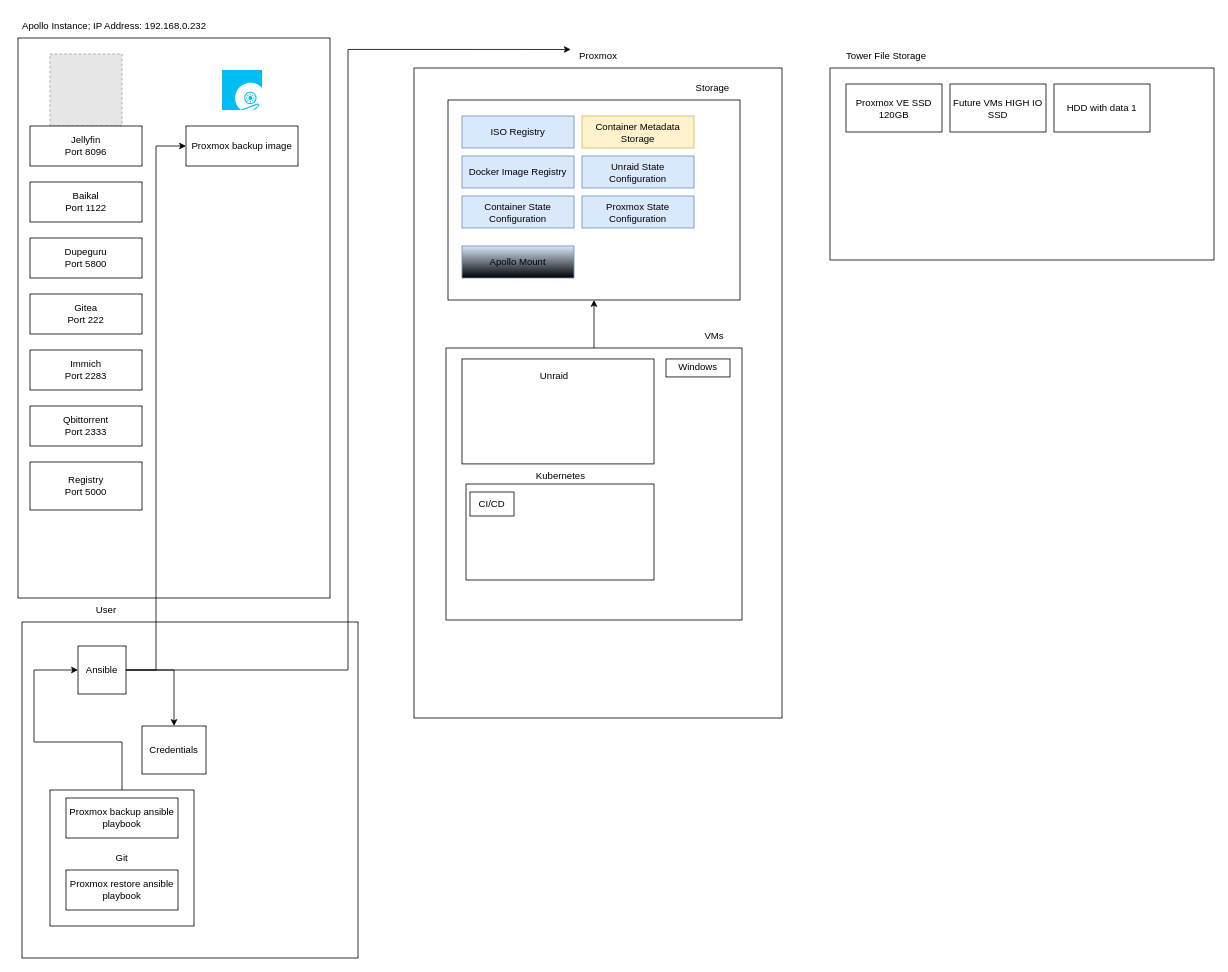
The draw.io diagram diagrams/containers.drawio in alialiusefi/tower-proxmox, before the edit. Source tidied: cells renumbered, new cells numbered last; positions are measured from the earlier drawing's top-left corner, leaving out a move shared by most shapes. Both pictures are drawn from the tidied source at 80%, with x=0, y=0 at pixel (14, 14). Pictures stored in the file or linked from it are replaced by grey dashed boxes.
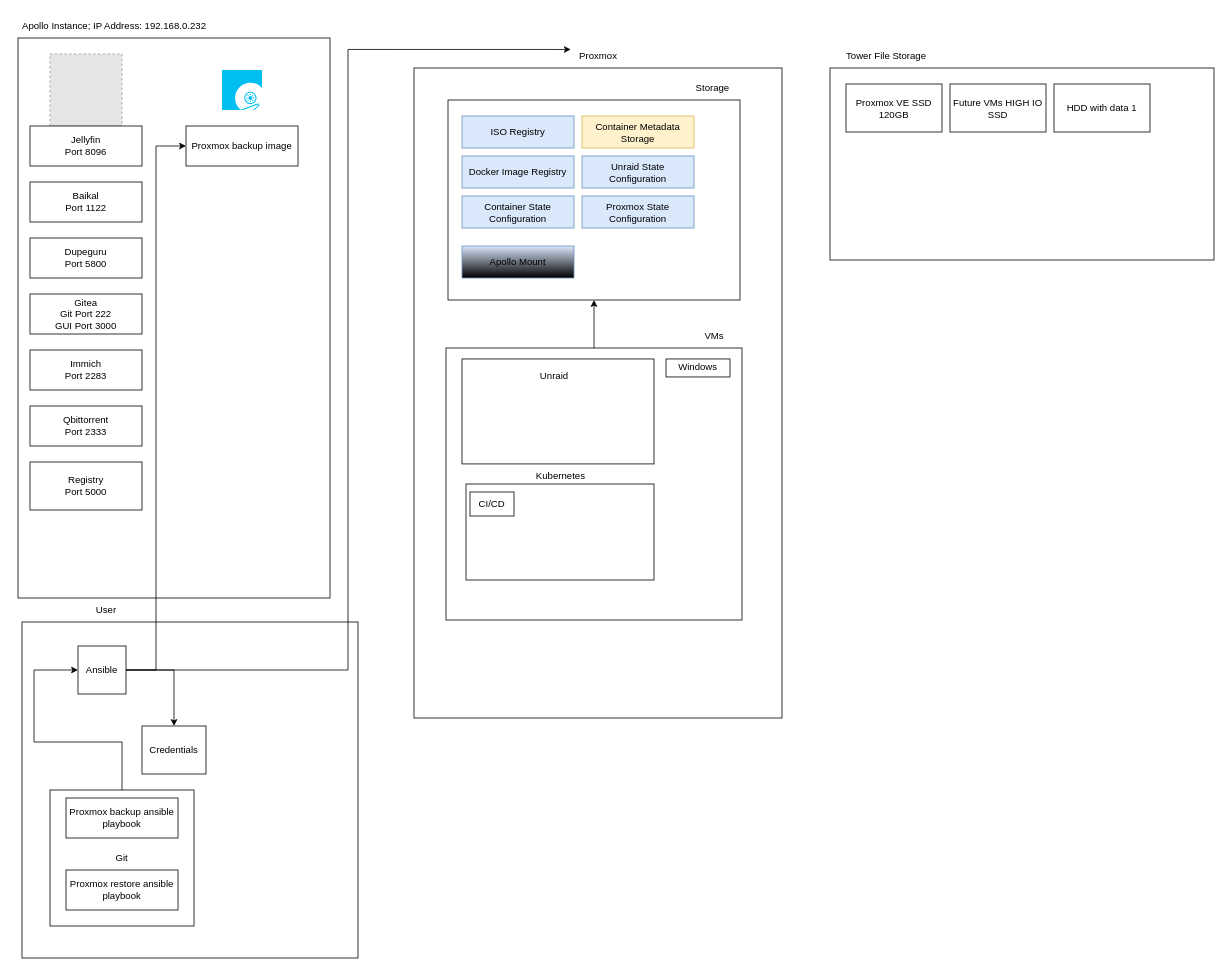
After the change.

Commit message:
containers diagram

What changed in the source:
```diff
@@
-    <mxCell id="10" value="&lt;div&gt;Gitea&lt;br&gt; Port 222&lt;br&gt;&lt;/div&gt;" style="rounded=0;whiteSpace=wrap;html=1;" parent="1" vertex="1">
+    <mxCell id="10" value="&lt;div&gt;Gitea&lt;br&gt; Git Port 222&lt;br&gt;GUI Port 3000&lt;br&gt;&lt;/div&gt;" style="rounded=0;whiteSpace=wrap;html=1;" parent="1" vertex="1">
       <mxGeometry x="20" y="350" width="140" height="50" as="geometry" />
     </mxCell>
```
